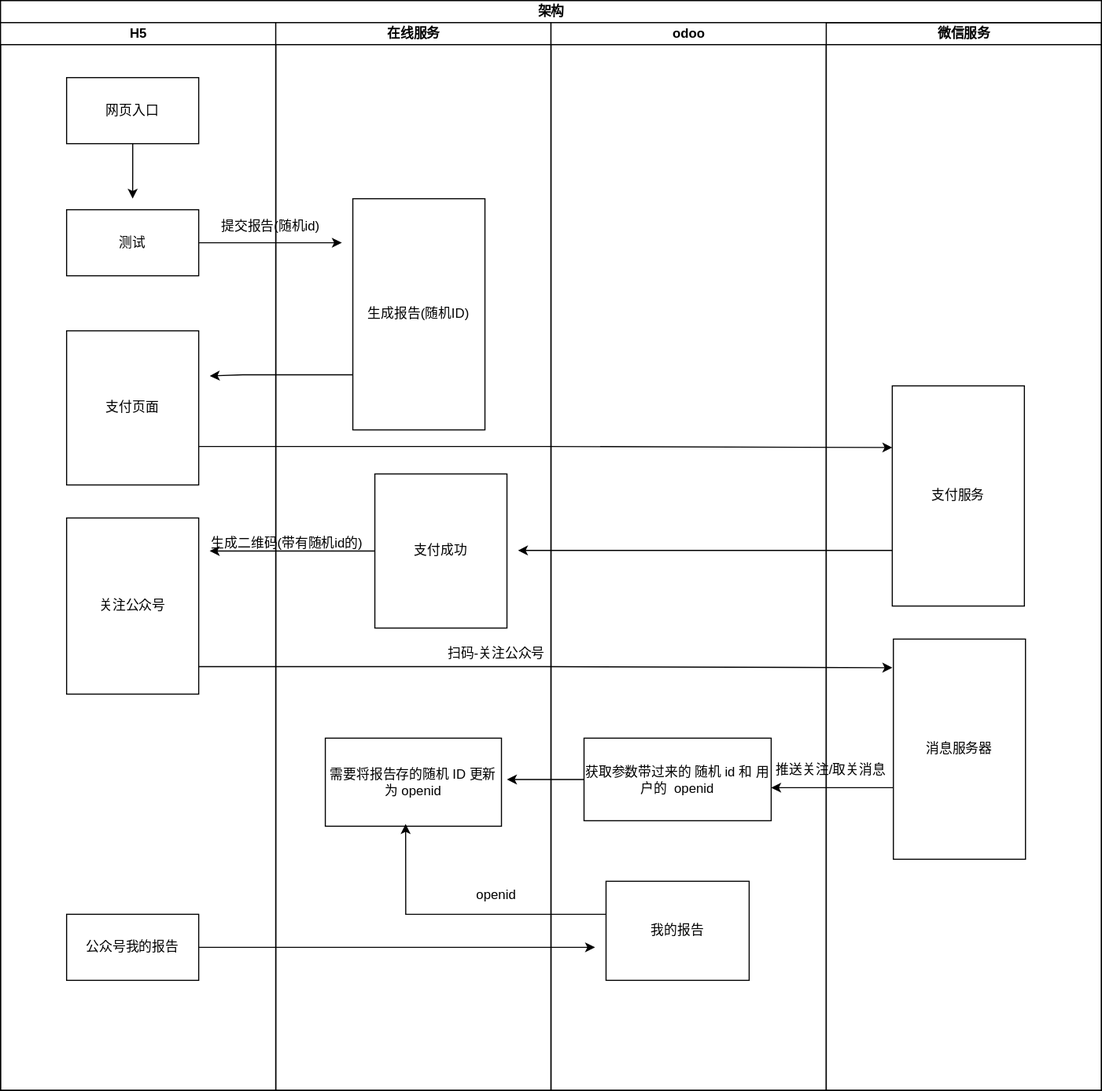
Above: 未命名绘图.drawio.svg in Scorpio-nan/draw-io-workspace (draw.io), before the change. Source tidied: cells renumbered, new cells last; positions are measured from the earlier drawing's top-left corner, leaving out a move shared by most shapes.
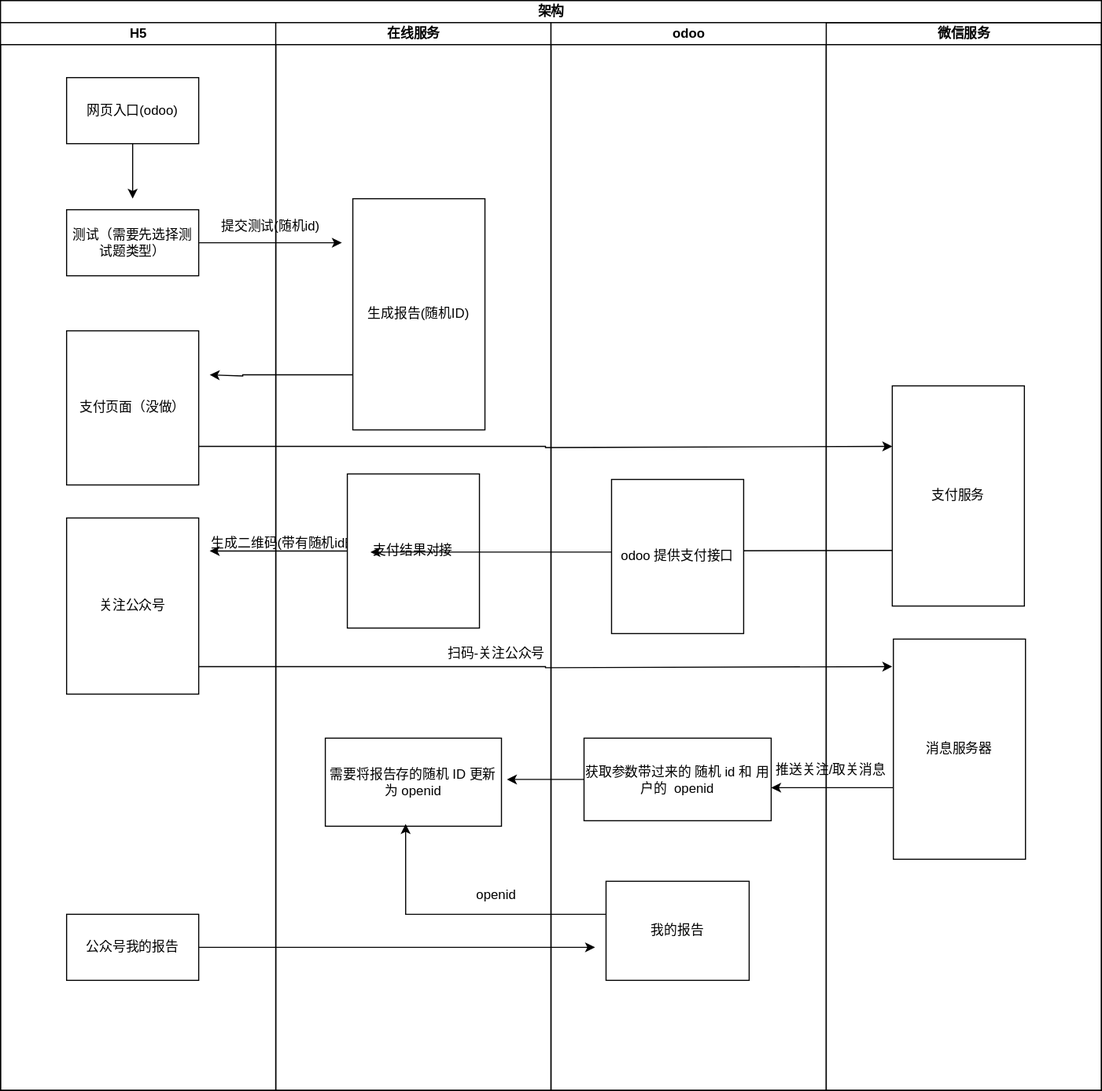
Later version of the same file.

Commit message:
更新未命名绘图.drawio.svg

What changed in the source:
```diff
@@ -16,7 +16,7 @@
         <mxPoint x="120" y="160" as="targetPoint" />
       </mxGeometry>
     </mxCell>
-    <mxCell id="6" value="网页入口" style="whiteSpace=wrap;html=1;" parent="4" vertex="1">
+    <mxCell id="6" value="网页入口(odoo)" style="whiteSpace=wrap;html=1;" parent="4" vertex="1">
       <mxGeometry x="60" y="50" width="120" height="60" as="geometry" />
     </mxCell>
     <mxCell id="7" style="edgeStyle=orthogonalEdgeStyle;rounded=0;jettySize=auto;html=1;" parent="4" edge="1" source="8">
@@ -24,7 +24,7 @@
         <mxPoint x="310" y="200" as="targetPoint" />
       </mxGeometry>
     </mxCell>
-    <mxCell id="8" value="测试" style="whiteSpace=wrap;html=1;" parent="4" vertex="1">
+    <mxCell id="8" value="测试（需要先选择测试题类型）" style="whiteSpace=wrap;html=1;" parent="4" vertex="1">
       <mxGeometry x="60" y="170" width="120" height="60" as="geometry" />
     </mxCell>
     <mxCell id="9" style="edgeStyle=orthogonalEdgeStyle;rounded=0;orthogonalLoop=1;jettySize=auto;html=1;" parent="4" edge="1">
@@ -46,7 +46,7 @@
         </Array>
       </mxGeometry>
     </mxCell>
-    <mxCell id="11" value="支付页面" style="whiteSpace=wrap;html=1;" parent="4" vertex="1">
+    <mxCell id="11" value="支付页面（没做）" style="whiteSpace=wrap;html=1;" parent="4" vertex="1">
       <mxGeometry x="60" y="280" width="120" height="140" as="geometry" />
     </mxCell>
     <mxCell id="12" style="edgeStyle=orthogonalEdgeStyle;rounded=0;jettySize=auto;html=1;" parent="4" edge="1" source="13">
@@ -63,30 +63,30 @@
     <mxCell id="15" value="生成报告(随机ID)" style="whiteSpace=wrap;html=1;" parent="14" vertex="1">
       <mxGeometry x="70" y="160" width="120" height="210" as="geometry" />
     </mxCell>
-    <mxCell id="16" value="提交报告(随机id)" style="text;html=1;align=center;verticalAlign=middle;strokeColor=none;fillColor=none;" parent="14" vertex="1">
+    <mxCell id="16" value="提交测试(随机id)" style="text;html=1;align=center;verticalAlign=middle;strokeColor=none;fillColor=none;" parent="14" vertex="1">
       <mxGeometry x="-60" y="170" width="110" height="30" as="geometry" />
     </mxCell>
-    <mxCell id="17" style="edgeStyle=orthogonalEdgeStyle;rounded=0;jettySize=auto;html=1;exitX=0;exitY=0.5;exitDx=0;exitDy=0;" parent="14" edge="1" source="18">
+    <mxCell id="17" style="edgeStyle=orthogonalEdgeStyle;rounded=0;orthogonalLoop=1;jettySize=auto;html=1;exitX=0;exitY=0.5;exitDx=0;exitDy=0;" parent="14" edge="1">
       <mxGeometry relative="1" as="geometry">
+        <mxPoint x="90" y="480" as="sourcePoint" />
         <mxPoint x="-60" y="480" as="targetPoint" />
       </mxGeometry>
     </mxCell>
-    <mxCell id="18" value="支付成功" style="whiteSpace=wrap;html=1;" parent="14" vertex="1">
-      <mxGeometry x="90" y="410" width="120" height="140" as="geometry" />
-    </mxCell>
     <mxCell id="19" value="生成二维码(带有随机id的)" style="text;html=1;align=center;verticalAlign=middle;points=[];strokeColor=none;fillColor=none;" parent="14" vertex="1">
       <mxGeometry x="-70" y="458" width="160" height="30" as="geometry" />
     </mxCell>
     <mxCell id="20" value="需要将报告存的随机 ID 更新为 openid" style="whiteSpace=wrap;html=1;" parent="14" vertex="1">
       <mxGeometry x="45" y="650" width="160" height="80" as="geometry" />
     </mxCell>
+    <mxCell id="35" value="支付结果对接" style="whiteSpace=wrap;html=1;" parent="14" vertex="1">
+      <mxGeometry x="65" y="410" width="120" height="140" as="geometry" />
+    </mxCell>
     <mxCell id="21" value="odoo" style="swimlane;html=1;startSize=20;" parent="3" vertex="1">
       <mxGeometry x="500" y="20" width="250" height="970" as="geometry" />
     </mxCell>
-    <mxCell id="22" style="edgeStyle=orthogonalEdgeStyle;rounded=0;orthogonalLoop=1;jettySize=auto;html=1;" parent="21" edge="1">
+    <mxCell id="22" style="edgeStyle=orthogonalEdgeStyle;rounded=0;jettySize=auto;html=1;entryX=0.975;entryY=0.767;entryDx=0;entryDy=0;entryPerimeter=0;" parent="21" edge="1" target="19">
       <mxGeometry relative="1" as="geometry">
         <mxPoint x="310" y="479.5" as="sourcePoint" />
-        <mxPoint x="-30" y="479.5" as="targetPoint" />
       </mxGeometry>
     </mxCell>
     <mxCell id="23" style="edgeStyle=orthogonalEdgeStyle;rounded=0;jettySize=auto;html=1;" parent="21" edge="1" source="24">
@@ -100,6 +100,9 @@
     <mxCell id="25" value="我的报告" style="whiteSpace=wrap;html=1;" parent="21" vertex="1">
       <mxGeometry x="50" y="780" width="130" height="90" as="geometry" />
     </mxCell>
+    <mxCell id="36" value="odoo 提供支付接口" style="whiteSpace=wrap;html=1;" parent="21" vertex="1">
+      <mxGeometry x="55" y="415" width="120" height="140" as="geometry" />
+    </mxCell>
     <mxCell id="26" style="edgeStyle=orthogonalEdgeStyle;rounded=0;jettySize=auto;html=1;entryX=0.456;entryY=0.975;entryDx=0;entryDy=0;entryPerimeter=0;" parent="3" edge="1" source="25" target="20">
       <mxGeometry relative="1" as="geometry">
         <Array as="points">
```
